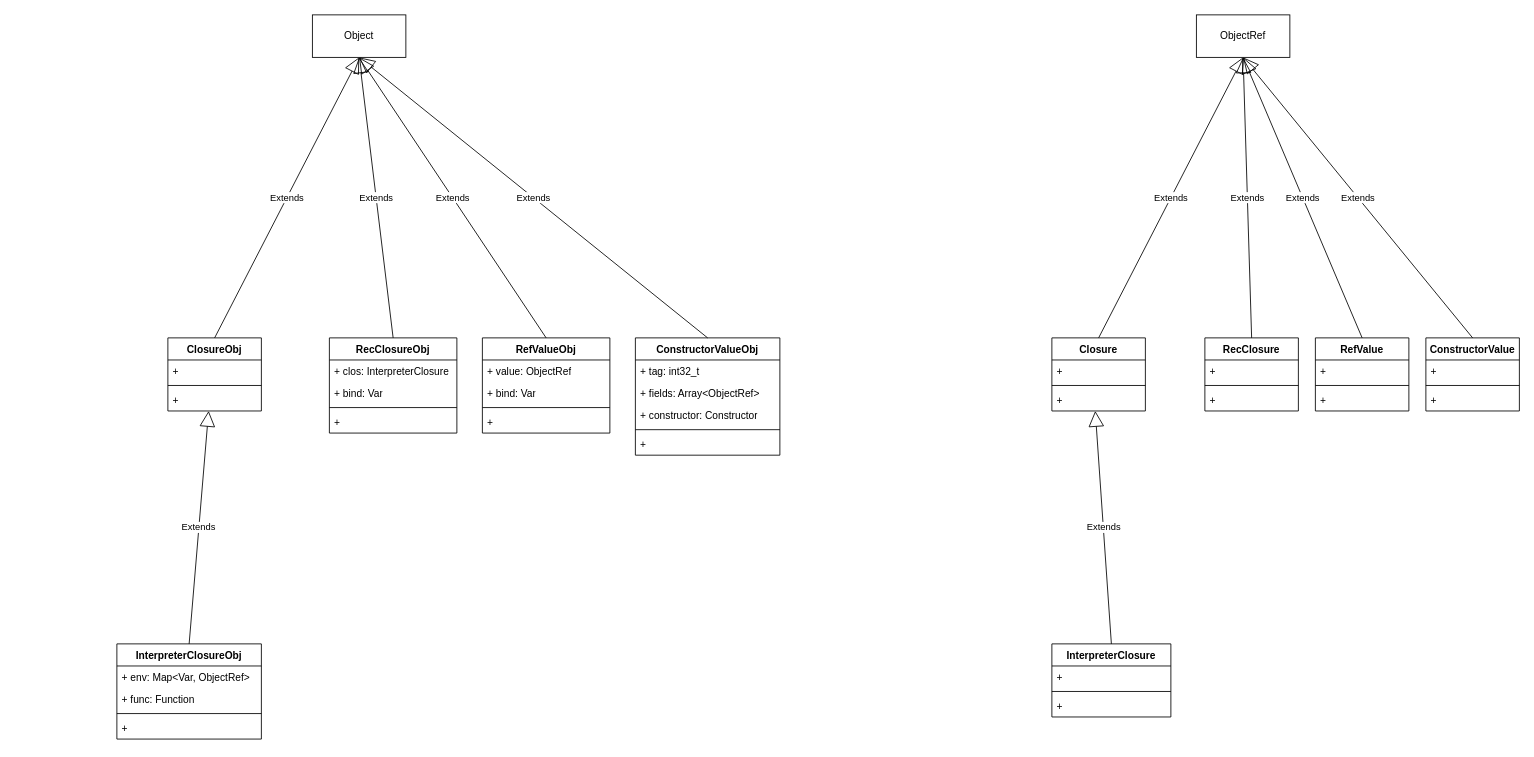
Above: page "container-closure" (2 of 10) of runtime.drawio in gdhzyz/draws (draw.io), before the change. Source tidied: cells renumbered, new cells numbered last; positions are measured from the earlier drawing's top-left corner, leaving out a move shared by most shapes. Both pictures are drawn from the tidied source at 85%, with x=0, y=0 at pixel (116, 14).
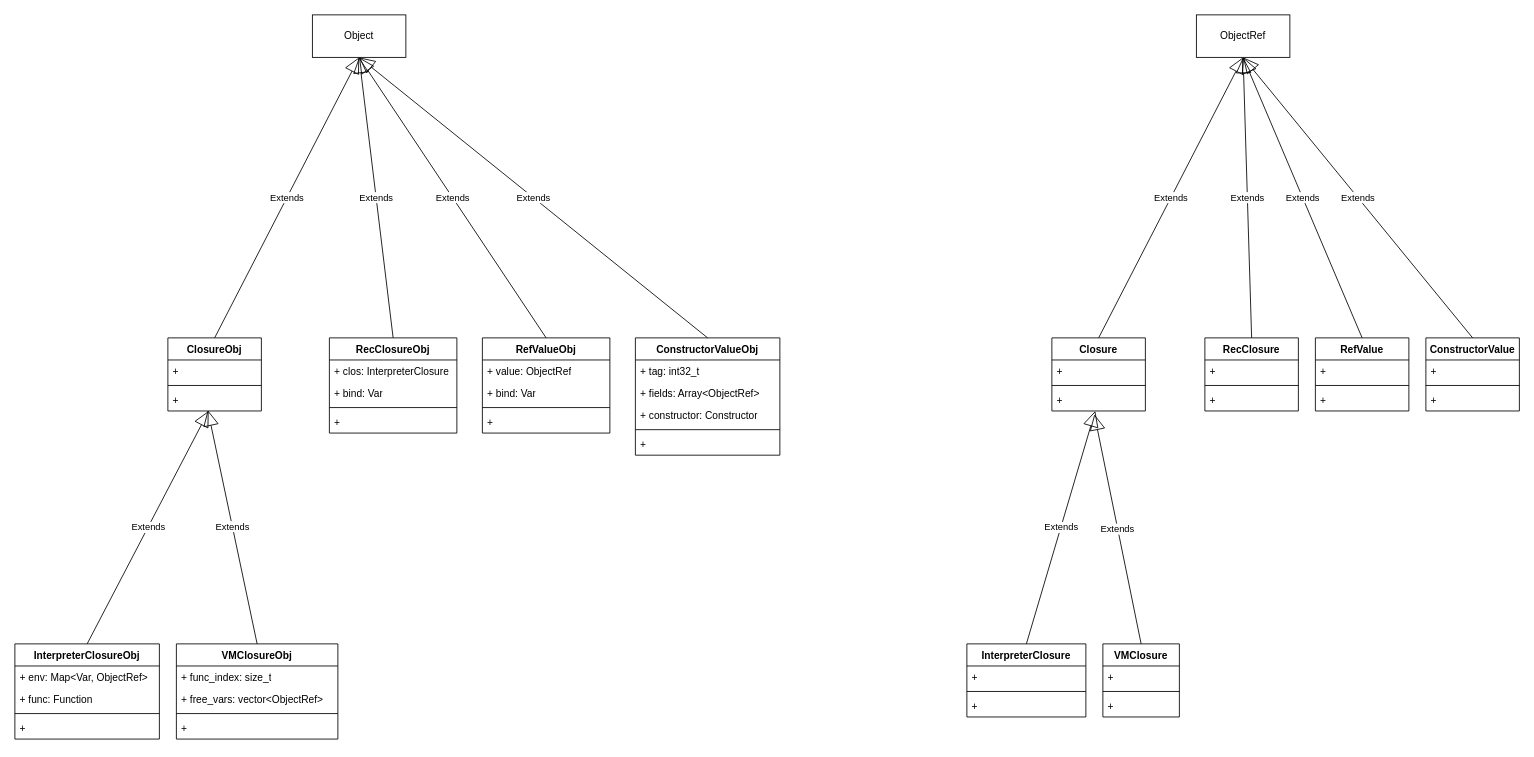
After the change.

Unchanged cells that the change refers to:
```xml
<mxCell id="6" value="+&amp;nbsp;" style="text;strokeColor=none;fillColor=none;align=left;verticalAlign=top;spacingLeft=4;spacingRight=4;overflow=hidden;points=[[0,0.5],[1,0.5]];portConstraint=eastwest;whiteSpace=wrap;html=1;" parent="3" vertex="1">
  <mxGeometry y="60" width="110" height="26" as="geometry" />
</mxCell>
```

What changed in the source:
```diff
@@
     <mxCell id="14" value="InterpreterClosureObj" style="swimlane;fontStyle=1;align=center;verticalAlign=top;horizontal=1;startSize=26;whiteSpace=wrap;html=1;" parent="1" vertex="1">
-      <mxGeometry y="740" width="170" height="112" as="geometry" />
+      <mxGeometry x="-120" y="740" width="170" height="112" as="geometry" />
     </mxCell>
@@
     <mxCell id="19" value="InterpreterClosure" style="swimlane;fontStyle=1;align=center;verticalAlign=top;horizontal=1;startSize=26;whiteSpace=wrap;html=1;" parent="1" vertex="1">
-      <mxGeometry x="1100" y="740" width="140" height="86" as="geometry" />
+      <mxGeometry x="1000" y="740" width="140" height="86" as="geometry" />
     </mxCell>
@@
+    <mxCell id="59" value="VMClosureObj" style="swimlane;fontStyle=1;align=center;verticalAlign=top;horizontal=1;startSize=26;whiteSpace=wrap;html=1;" parent="1" vertex="1">
+      <mxGeometry x="70" y="740" width="190" height="112" as="geometry" />
+    </mxCell>
+    <mxCell id="60" value="+ func_index: size_t" style="text;strokeColor=none;fillColor=none;align=left;verticalAlign=top;spacingLeft=4;spacingRight=4;overflow=hidden;whiteSpace=wrap;html=1;" parent="59" vertex="1">
+      <mxGeometry y="26" width="190" height="26" as="geometry" />
+    </mxCell>
+    <mxCell id="61" value="+ free_vars: vector&amp;lt;ObjectRef&amp;gt;" style="text;strokeColor=none;fillColor=none;align=left;verticalAlign=top;spacingLeft=4;spacingRight=4;overflow=hidden;whiteSpace=wrap;html=1;" parent="59" vertex="1">
+      <mxGeometry y="52" width="190" height="26" as="geometry" />
+    </mxCell>
+    <mxCell id="62" style="line;strokeWidth=1;fillColor=none;align=left;verticalAlign=middle;spacingTop=-1;spacingLeft=3;spacingRight=3;labelPosition=right;strokeColor=inherit;" parent="59" vertex="1">
+      <mxGeometry y="78" width="190" height="8" as="geometry" />
+    </mxCell>
+    <mxCell id="63" value="+&amp;nbsp;" style="text;strokeColor=none;fillColor=none;align=left;verticalAlign=top;spacingLeft=4;spacingRight=4;overflow=hidden;whiteSpace=wrap;html=1;" parent="59" vertex="1">
+      <mxGeometry y="86" width="190" height="26" as="geometry" />
+    </mxCell>
+    <mxCell id="64" value="Extends" style="endArrow=block;endSize=16;endFill=0;html=1;rounded=0;exitX=0.5;exitY=0;exitDx=0;exitDy=0;entryX=0.427;entryY=0.962;entryDx=0;entryDy=0;entryPerimeter=0;" parent="1" edge="1" source="59" target="6">
+      <mxGeometry relative="1" as="geometry" />
+    </mxCell>
+    <mxCell id="65" value="VMClosure" style="swimlane;fontStyle=1;align=center;verticalAlign=top;horizontal=1;startSize=26;whiteSpace=wrap;html=1;" parent="1" vertex="1">
+      <mxGeometry x="1160" y="740" width="90" height="86" as="geometry" />
+    </mxCell>
+    <mxCell id="66" value="+&amp;nbsp;" style="text;strokeColor=none;fillColor=none;align=left;verticalAlign=top;spacingLeft=4;spacingRight=4;overflow=hidden;whiteSpace=wrap;html=1;" parent="65" vertex="1">
+      <mxGeometry y="26" width="90" height="26" as="geometry" />
+    </mxCell>
+    <mxCell id="67" style="line;strokeWidth=1;fillColor=none;align=left;verticalAlign=middle;spacingTop=-1;spacingLeft=3;spacingRight=3;labelPosition=right;strokeColor=inherit;" parent="65" vertex="1">
+      <mxGeometry y="52" width="90" height="8" as="geometry" />
+    </mxCell>
+    <mxCell id="68" value="+&amp;nbsp;" style="text;strokeColor=none;fillColor=none;align=left;verticalAlign=top;spacingLeft=4;spacingRight=4;overflow=hidden;whiteSpace=wrap;html=1;" parent="65" vertex="1">
+      <mxGeometry y="60" width="90" height="26" as="geometry" />
+    </mxCell>
+    <mxCell id="69" value="Extends" style="endArrow=block;endSize=16;endFill=0;html=1;rounded=0;exitX=0.5;exitY=0;exitDx=0;exitDy=0;" parent="1" edge="1" source="65">
+      <mxGeometry relative="1" as="geometry">
+        <mxPoint x="1150" y="470" as="targetPoint" />
+      </mxGeometry>
+    </mxCell>
```
